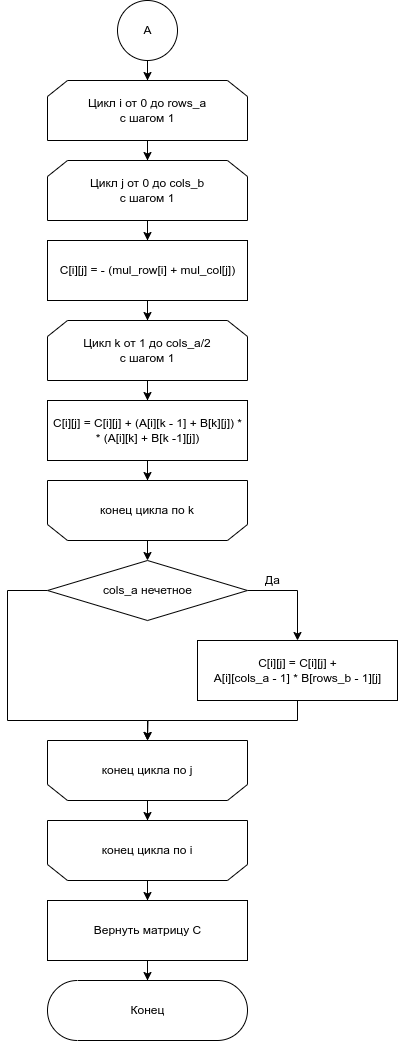
Ananasiika/bmstu-aa keeps this draw.io diagram as lab_02/docs/img/vin_alg2.png. Above is the earlier version. Source tidied: cells renumbered, new cells last; positions are measured from the earlier drawing's top-left corner, leaving out a move shared by most shapes. The source it was exported from:
```xml
<mxGraphModel>
  <root>
    <mxCell id="0" />
    <mxCell id="1" parent="0" />
    <mxCell id="2" style="edgeStyle=orthogonalEdgeStyle;rounded=0;jettySize=auto;html=1;exitX=0.5;exitY=1;exitDx=0;exitDy=0;entryX=0.5;entryY=0;entryDx=0;entryDy=0;endArrow=none;endFill=0;" parent="1" edge="1" source="4" target="7">
      <mxGeometry relative="1" as="geometry" />
    </mxCell>
    <mxCell id="3" style="edgeStyle=orthogonalEdgeStyle;rounded=0;jettySize=auto;html=1;exitX=0.5;exitY=1;exitDx=0;exitDy=0;" parent="1" edge="1" source="4" target="7">
      <mxGeometry relative="1" as="geometry" />
    </mxCell>
    <mxCell id="4" value="Цикл i от 0 до rows_a&lt;br&gt;с шагом 1" style="shape=loopLimit;whiteSpace=wrap;html=1;direction=east;" parent="1" vertex="1">
      <mxGeometry x="40" y="80" width="200" height="60" as="geometry" />
    </mxCell>
    <mxCell id="5" style="edgeStyle=orthogonalEdgeStyle;rounded=0;jettySize=auto;html=1;exitX=0.5;exitY=1;exitDx=0;exitDy=0;entryX=0.5;entryY=0;entryDx=0;entryDy=0;endArrow=none;endFill=0;" parent="1" edge="1" source="7" target="10">
      <mxGeometry relative="1" as="geometry" />
    </mxCell>
    <mxCell id="6" style="edgeStyle=orthogonalEdgeStyle;rounded=0;jettySize=auto;html=1;exitX=0.5;exitY=1;exitDx=0;exitDy=0;" parent="1" edge="1" source="7" target="10">
      <mxGeometry relative="1" as="geometry" />
    </mxCell>
    <mxCell id="7" value="Цикл j от 0 до cols_b&lt;br&gt;с шагом 1" style="shape=loopLimit;whiteSpace=wrap;html=1;direction=east;" parent="1" vertex="1">
      <mxGeometry x="40" y="160" width="200" height="60" as="geometry" />
    </mxCell>
    <mxCell id="8" style="edgeStyle=orthogonalEdgeStyle;rounded=0;jettySize=auto;html=1;exitX=0.5;exitY=1;exitDx=0;exitDy=0;entryX=0.5;entryY=0;entryDx=0;entryDy=0;endArrow=none;endFill=0;" parent="1" edge="1" source="10" target="22">
      <mxGeometry relative="1" as="geometry" />
    </mxCell>
    <mxCell id="9" style="edgeStyle=orthogonalEdgeStyle;rounded=0;jettySize=auto;html=1;exitX=0.5;exitY=1;exitDx=0;exitDy=0;" parent="1" edge="1" source="10" target="22">
      <mxGeometry relative="1" as="geometry" />
    </mxCell>
    <mxCell id="10" value="C[i][j] = - (mul_row[i] + mul_col[j])" style="html=1;dashed=0;whitespace=wrap;" parent="1" vertex="1">
      <mxGeometry x="40" y="240" width="200" height="60" as="geometry" />
    </mxCell>
    <mxCell id="11" style="edgeStyle=orthogonalEdgeStyle;rounded=0;jettySize=auto;html=1;exitX=0.5;exitY=0;exitDx=0;exitDy=0;entryX=0.5;entryY=1;entryDx=0;entryDy=0;endArrow=none;endFill=0;" parent="1" edge="1" source="13" target="16">
      <mxGeometry relative="1" as="geometry" />
    </mxCell>
    <mxCell id="12" style="edgeStyle=orthogonalEdgeStyle;rounded=0;jettySize=auto;html=1;exitX=0.5;exitY=0;exitDx=0;exitDy=0;" parent="1" edge="1" source="13" target="16">
      <mxGeometry relative="1" as="geometry" />
    </mxCell>
    <mxCell id="13" value="конец цикла по j" style="shape=loopLimit;whiteSpace=wrap;html=1;strokeWidth=1;direction=west;" parent="1" vertex="1">
      <mxGeometry x="40" y="740" width="200" height="60" as="geometry" />
    </mxCell>
    <mxCell id="14" style="edgeStyle=orthogonalEdgeStyle;rounded=0;jettySize=auto;html=1;exitX=0.5;exitY=0;exitDx=0;exitDy=0;entryX=0.5;entryY=0;entryDx=0;entryDy=0;endArrow=none;endFill=0;" parent="1" edge="1" source="16">
      <mxGeometry relative="1" as="geometry">
        <mxPoint x="140" y="900" as="targetPoint" />
      </mxGeometry>
    </mxCell>
    <mxCell id="15" style="edgeStyle=orthogonalEdgeStyle;rounded=0;jettySize=auto;html=1;exitX=0.5;exitY=0;exitDx=0;exitDy=0;" parent="1" edge="1" source="16" target="33">
      <mxGeometry relative="1" as="geometry" />
    </mxCell>
    <mxCell id="16" value="конец цикла по i" style="shape=loopLimit;whiteSpace=wrap;html=1;strokeWidth=1;direction=west;" parent="1" vertex="1">
      <mxGeometry x="40" y="820" width="200" height="60" as="geometry" />
    </mxCell>
    <mxCell id="17" style="edgeStyle=orthogonalEdgeStyle;rounded=1;jettySize=auto;html=1;exitX=0.5;exitY=1;exitDx=0;exitDy=0;entryX=0.5;entryY=0;entryDx=0;entryDy=0;endArrow=none;endFill=0;" parent="1" edge="1" source="19" target="4">
      <mxGeometry relative="1" as="geometry" />
    </mxCell>
    <mxCell id="18" style="edgeStyle=orthogonalEdgeStyle;rounded=0;jettySize=auto;html=1;exitX=0.5;exitY=1;exitDx=0;exitDy=0;" parent="1" edge="1" source="19" target="4">
      <mxGeometry relative="1" as="geometry" />
    </mxCell>
    <mxCell id="19" value="A" style="shape=ellipse;html=1;dashed=0;whitespace=wrap;perimeter=ellipsePerimeter;" parent="1" vertex="1">
      <mxGeometry x="110" width="60" height="60" as="geometry" />
    </mxCell>
    <mxCell id="20" style="edgeStyle=orthogonalEdgeStyle;rounded=0;jettySize=auto;html=1;exitX=0.5;exitY=1;exitDx=0;exitDy=0;entryX=0.5;entryY=0;entryDx=0;entryDy=0;endArrow=none;endFill=0;" parent="1" edge="1" source="22" target="25">
      <mxGeometry relative="1" as="geometry" />
    </mxCell>
    <mxCell id="21" style="edgeStyle=orthogonalEdgeStyle;rounded=0;jettySize=auto;html=1;exitX=0.5;exitY=1;exitDx=0;exitDy=0;" parent="1" edge="1" source="22" target="25">
      <mxGeometry relative="1" as="geometry" />
    </mxCell>
    <mxCell id="22" value="Цикл k от 1 до cols_a/2&lt;br&gt;с шагом 1" style="shape=loopLimit;whiteSpace=wrap;html=1;direction=east;" parent="1" vertex="1">
      <mxGeometry x="40" y="320" width="200" height="60" as="geometry" />
    </mxCell>
    <mxCell id="23" style="edgeStyle=orthogonalEdgeStyle;rounded=0;jettySize=auto;html=1;exitX=0.5;exitY=1;exitDx=0;exitDy=0;" parent="1" edge="1" source="25" target="29">
      <mxGeometry relative="1" as="geometry" />
    </mxCell>
    <mxCell id="24" style="edgeStyle=orthogonalEdgeStyle;rounded=0;jettySize=auto;html=1;exitX=0.5;exitY=1;exitDx=0;exitDy=0;entryX=0.5;entryY=1;entryDx=0;entryDy=0;" parent="1" edge="1" source="25" target="35">
      <mxGeometry relative="1" as="geometry" />
    </mxCell>
    <mxCell id="25" value="C[i][j] = C[i][j] + (A[i][k - 1] + B[k][j]) * &lt;br&gt;* (A[i][k] + B[k -1][j])" style="html=1;dashed=0;whitespace=wrap;" parent="1" vertex="1">
      <mxGeometry x="40" y="400" width="200" height="60" as="geometry" />
    </mxCell>
    <mxCell id="26" value="Да" style="text;html=1;align=center;verticalAlign=middle;strokeColor=none;" parent="1" vertex="1">
      <mxGeometry x="250" y="570" width="30" height="20" as="geometry" />
    </mxCell>
    <mxCell id="27" style="edgeStyle=orthogonalEdgeStyle;rounded=0;jettySize=auto;html=1;exitX=1;exitY=0.5;exitDx=0;exitDy=0;" parent="1" edge="1" source="29" target="31">
      <mxGeometry relative="1" as="geometry" />
    </mxCell>
    <mxCell id="28" style="edgeStyle=orthogonalEdgeStyle;rounded=0;jettySize=auto;html=1;exitX=0;exitY=0.5;exitDx=0;exitDy=0;" parent="1" edge="1" source="29">
      <mxGeometry relative="1" as="geometry">
        <mxPoint x="140" y="740" as="targetPoint" />
        <Array as="points">
          <mxPoint y="590" />
          <mxPoint y="720" />
          <mxPoint x="140" y="720" />
        </Array>
      </mxGeometry>
    </mxCell>
    <mxCell id="29" value="cols_a нечетное" style="shape=rhombus;html=1;dashed=0;whitespace=wrap;perimeter=rhombusPerimeter;" parent="1" vertex="1">
      <mxGeometry x="40" y="560" width="200" height="60" as="geometry" />
    </mxCell>
    <mxCell id="30" style="edgeStyle=orthogonalEdgeStyle;rounded=0;jettySize=auto;html=1;exitX=0.5;exitY=1;exitDx=0;exitDy=0;" parent="1" edge="1" source="31">
      <mxGeometry relative="1" as="geometry">
        <mxPoint x="140" y="740" as="targetPoint" />
      </mxGeometry>
    </mxCell>
    <mxCell id="31" value="C[i][j] = C[i][j] +&lt;br&gt;A[i][cols_a - 1] * B[rows_b - 1][j]" style="html=1;dashed=0;whitespace=wrap;" parent="1" vertex="1">
      <mxGeometry x="190" y="640" width="200" height="60" as="geometry" />
    </mxCell>
    <mxCell id="32" style="edgeStyle=orthogonalEdgeStyle;rounded=0;jettySize=auto;html=1;exitX=0.5;exitY=1;exitDx=0;exitDy=0;" parent="1" edge="1" source="33" target="34">
      <mxGeometry relative="1" as="geometry" />
    </mxCell>
    <mxCell id="33" value="Вернуть матрицу C" style="html=1;dashed=0;whitespace=wrap;" parent="1" vertex="1">
      <mxGeometry x="40" y="900" width="200" height="60" as="geometry" />
    </mxCell>
    <mxCell id="34" value="Конец" style="html=1;dashed=0;whitespace=wrap;shape=mxgraph.dfd.start;" parent="1" vertex="1">
      <mxGeometry x="40" y="980" width="200" height="60" as="geometry" />
    </mxCell>
    <mxCell id="35" value="конец цикла по k" style="shape=loopLimit;whiteSpace=wrap;html=1;strokeWidth=1;direction=west;" parent="1" vertex="1">
      <mxGeometry x="40" y="480" width="200" height="60" as="geometry" />
    </mxCell>
  </root>
</mxGraphModel>
```
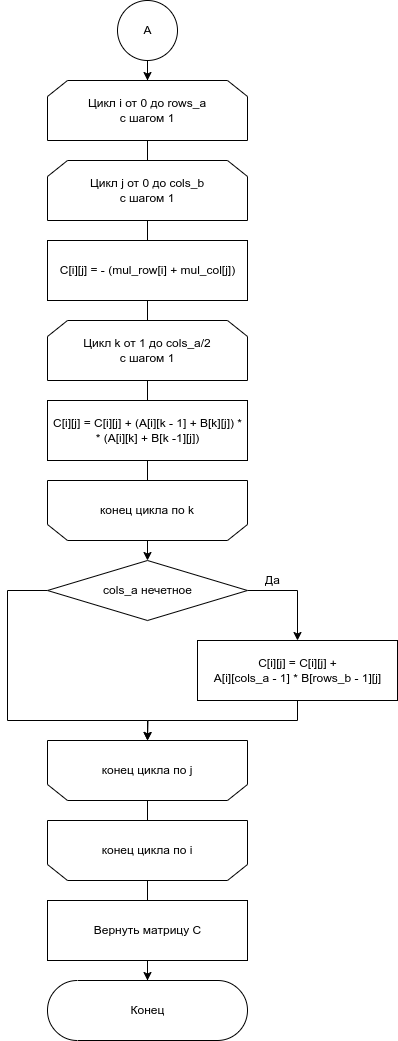
The same file after the commit.

Diff of the diagram source:
```diff
@@ -5,7 +5,7 @@
     <mxCell id="2" style="edgeStyle=orthogonalEdgeStyle;rounded=0;jettySize=auto;html=1;exitX=0.5;exitY=1;exitDx=0;exitDy=0;entryX=0.5;entryY=0;entryDx=0;entryDy=0;endArrow=none;endFill=0;" parent="1" edge="1" source="4" target="7">
       <mxGeometry relative="1" as="geometry" />
     </mxCell>
-    <mxCell id="3" style="edgeStyle=orthogonalEdgeStyle;rounded=0;jettySize=auto;html=1;exitX=0.5;exitY=1;exitDx=0;exitDy=0;" parent="1" edge="1" source="4" target="7">
+    <mxCell id="3" style="endArrow=none;html=1;rounded=0;" parent="1" edge="1" source="4" target="7">
       <mxGeometry relative="1" as="geometry" />
     </mxCell>
     <mxCell id="4" value="Цикл i от 0 до rows_a&lt;br&gt;с шагом 1" style="shape=loopLimit;whiteSpace=wrap;html=1;direction=east;" parent="1" vertex="1">
@@ -14,7 +14,7 @@
     <mxCell id="5" style="edgeStyle=orthogonalEdgeStyle;rounded=0;jettySize=auto;html=1;exitX=0.5;exitY=1;exitDx=0;exitDy=0;entryX=0.5;entryY=0;entryDx=0;entryDy=0;endArrow=none;endFill=0;" parent="1" edge="1" source="7" target="10">
       <mxGeometry relative="1" as="geometry" />
     </mxCell>
-    <mxCell id="6" style="edgeStyle=orthogonalEdgeStyle;rounded=0;jettySize=auto;html=1;exitX=0.5;exitY=1;exitDx=0;exitDy=0;" parent="1" edge="1" source="7" target="10">
+    <mxCell id="6" style="endArrow=none;html=1;rounded=0;" parent="1" edge="1" source="7" target="10">
       <mxGeometry relative="1" as="geometry" />
     </mxCell>
     <mxCell id="7" value="Цикл j от 0 до cols_b&lt;br&gt;с шагом 1" style="shape=loopLimit;whiteSpace=wrap;html=1;direction=east;" parent="1" vertex="1">
@@ -23,7 +23,7 @@
     <mxCell id="8" style="edgeStyle=orthogonalEdgeStyle;rounded=0;jettySize=auto;html=1;exitX=0.5;exitY=1;exitDx=0;exitDy=0;entryX=0.5;entryY=0;entryDx=0;entryDy=0;endArrow=none;endFill=0;" parent="1" edge="1" source="10" target="22">
       <mxGeometry relative="1" as="geometry" />
     </mxCell>
-    <mxCell id="9" style="edgeStyle=orthogonalEdgeStyle;rounded=0;jettySize=auto;html=1;exitX=0.5;exitY=1;exitDx=0;exitDy=0;" parent="1" edge="1" source="10" target="22">
+    <mxCell id="9" style="endArrow=none;html=1;rounded=0;" parent="1" edge="1" source="10" target="22">
       <mxGeometry relative="1" as="geometry" />
     </mxCell>
     <mxCell id="10" value="C[i][j] = - (mul_row[i] + mul_col[j])" style="html=1;dashed=0;whitespace=wrap;" parent="1" vertex="1">
@@ -32,7 +32,7 @@
     <mxCell id="11" style="edgeStyle=orthogonalEdgeStyle;rounded=0;jettySize=auto;html=1;exitX=0.5;exitY=0;exitDx=0;exitDy=0;entryX=0.5;entryY=1;entryDx=0;entryDy=0;endArrow=none;endFill=0;" parent="1" edge="1" source="13" target="16">
       <mxGeometry relative="1" as="geometry" />
     </mxCell>
-    <mxCell id="12" style="edgeStyle=orthogonalEdgeStyle;rounded=0;jettySize=auto;html=1;exitX=0.5;exitY=0;exitDx=0;exitDy=0;" parent="1" edge="1" source="13" target="16">
+    <mxCell id="12" style="endArrow=none;html=1;rounded=0;" parent="1" edge="1" source="13" target="16">
       <mxGeometry relative="1" as="geometry" />
     </mxCell>
     <mxCell id="13" value="конец цикла по j" style="shape=loopLimit;whiteSpace=wrap;html=1;strokeWidth=1;direction=west;" parent="1" vertex="1">
@@ -43,7 +43,7 @@
         <mxPoint x="140" y="900" as="targetPoint" />
       </mxGeometry>
     </mxCell>
-    <mxCell id="15" style="edgeStyle=orthogonalEdgeStyle;rounded=0;jettySize=auto;html=1;exitX=0.5;exitY=0;exitDx=0;exitDy=0;" parent="1" edge="1" source="16" target="33">
+    <mxCell id="15" style="endArrow=none;html=1;rounded=0;" parent="1" edge="1" source="16" target="33">
       <mxGeometry relative="1" as="geometry" />
     </mxCell>
     <mxCell id="16" value="конец цикла по i" style="shape=loopLimit;whiteSpace=wrap;html=1;strokeWidth=1;direction=west;" parent="1" vertex="1">
@@ -61,7 +61,7 @@
     <mxCell id="20" style="edgeStyle=orthogonalEdgeStyle;rounded=0;jettySize=auto;html=1;exitX=0.5;exitY=1;exitDx=0;exitDy=0;entryX=0.5;entryY=0;entryDx=0;entryDy=0;endArrow=none;endFill=0;" parent="1" edge="1" source="22" target="25">
       <mxGeometry relative="1" as="geometry" />
     </mxCell>
-    <mxCell id="21" style="edgeStyle=orthogonalEdgeStyle;rounded=0;jettySize=auto;html=1;exitX=0.5;exitY=1;exitDx=0;exitDy=0;" parent="1" edge="1" source="22" target="25">
+    <mxCell id="21" style="endArrow=none;html=1;rounded=0;" parent="1" edge="1" source="22" target="25">
       <mxGeometry relative="1" as="geometry" />
     </mxCell>
     <mxCell id="22" value="Цикл k от 1 до cols_a/2&lt;br&gt;с шагом 1" style="shape=loopLimit;whiteSpace=wrap;html=1;direction=east;" parent="1" vertex="1">
@@ -70,7 +70,7 @@
     <mxCell id="23" style="edgeStyle=orthogonalEdgeStyle;rounded=0;jettySize=auto;html=1;exitX=0.5;exitY=1;exitDx=0;exitDy=0;" parent="1" edge="1" source="25" target="29">
       <mxGeometry relative="1" as="geometry" />
     </mxCell>
-    <mxCell id="24" style="edgeStyle=orthogonalEdgeStyle;rounded=0;jettySize=auto;html=1;exitX=0.5;exitY=1;exitDx=0;exitDy=0;entryX=0.5;entryY=1;entryDx=0;entryDy=0;" parent="1" edge="1" source="25" target="35">
+    <mxCell id="24" style="endArrow=none;html=1;rounded=0;" parent="1" edge="1" source="25" target="35">
       <mxGeometry relative="1" as="geometry" />
     </mxCell>
     <mxCell id="25" value="C[i][j] = C[i][j] + (A[i][k - 1] + B[k][j]) * &lt;br&gt;* (A[i][k] + B[k -1][j])" style="html=1;dashed=0;whitespace=wrap;" parent="1" vertex="1">
```
